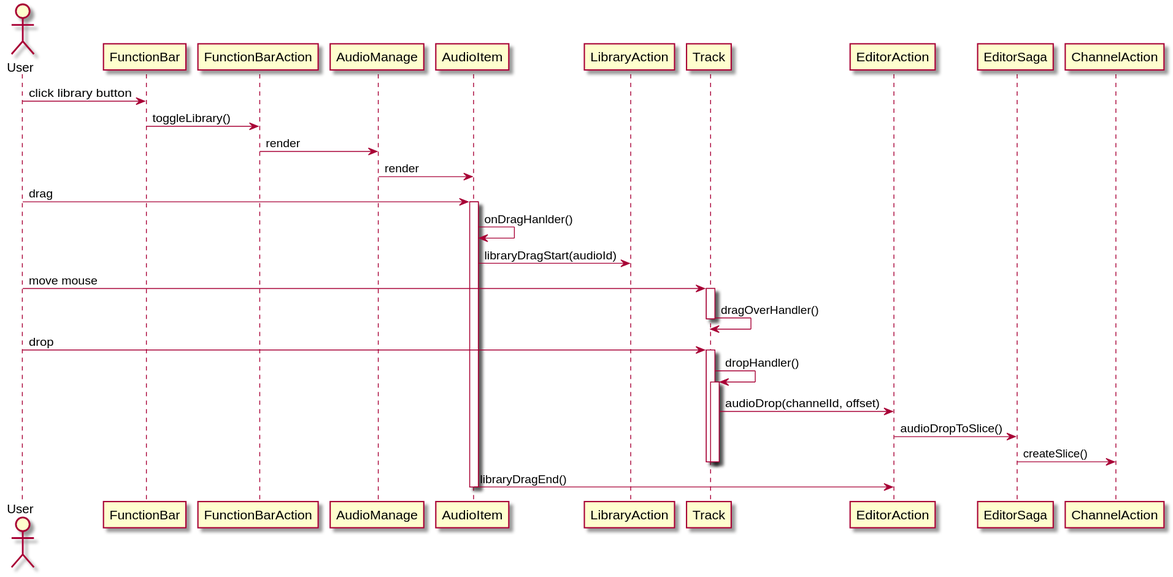
Before: out/sequence_diagram/add_slice/add_slice.svg, a diagram exported from PlantUML (austudio-team/austudio-uml-graph).
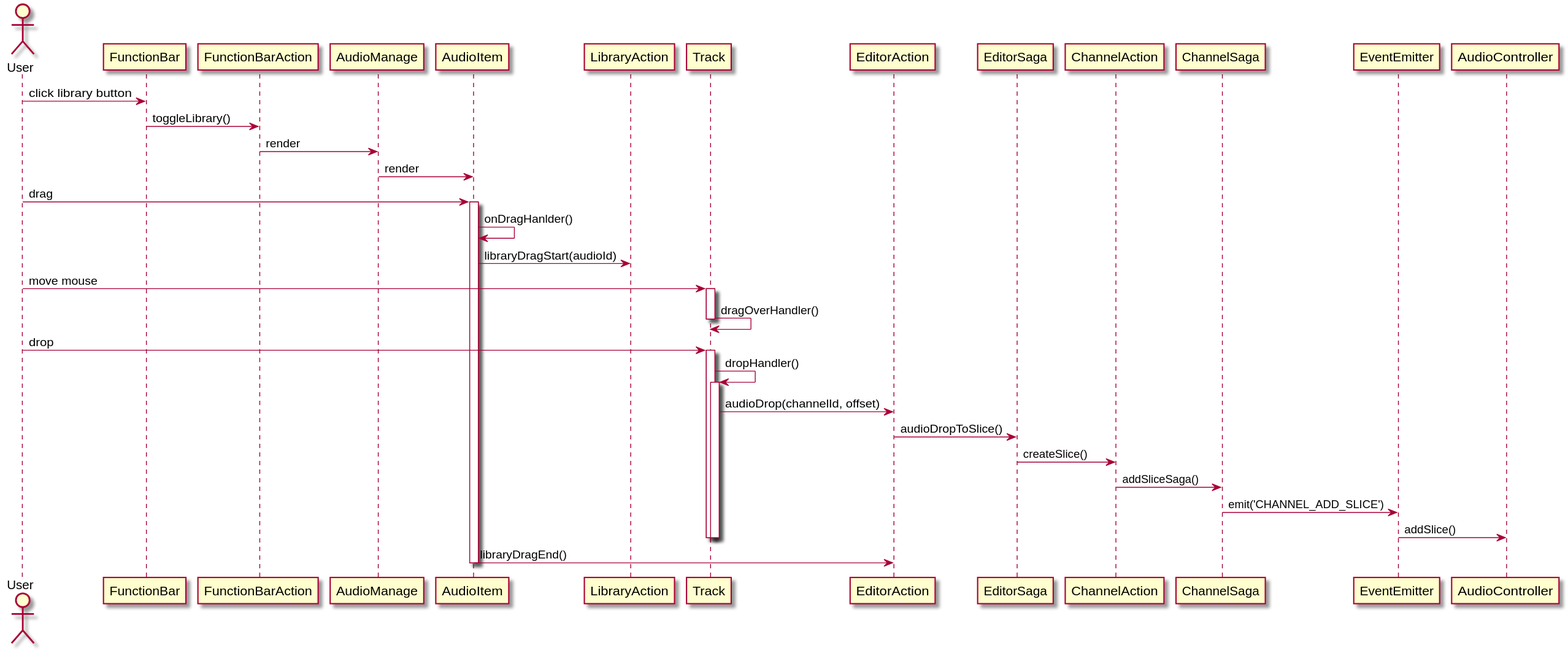
The same diagram one commit later.

Change to the diagram source:
```diff
@@ -23,6 +23,9 @@
 Track -> EditorAction: audioDrop(channelId, offset)
 EditorAction -> EditorSaga: audioDropToSlice()
 EditorSaga -> ChannelAction: createSlice()
+ChannelAction -> ChannelSaga: addSliceSaga()
+ChannelSaga -> EventEmitter: emit('CHANNEL_ADD_SLICE')
+EventEmitter -> AudioController: addSlice()
 deactivate Track
 deactivate Track
 
```
